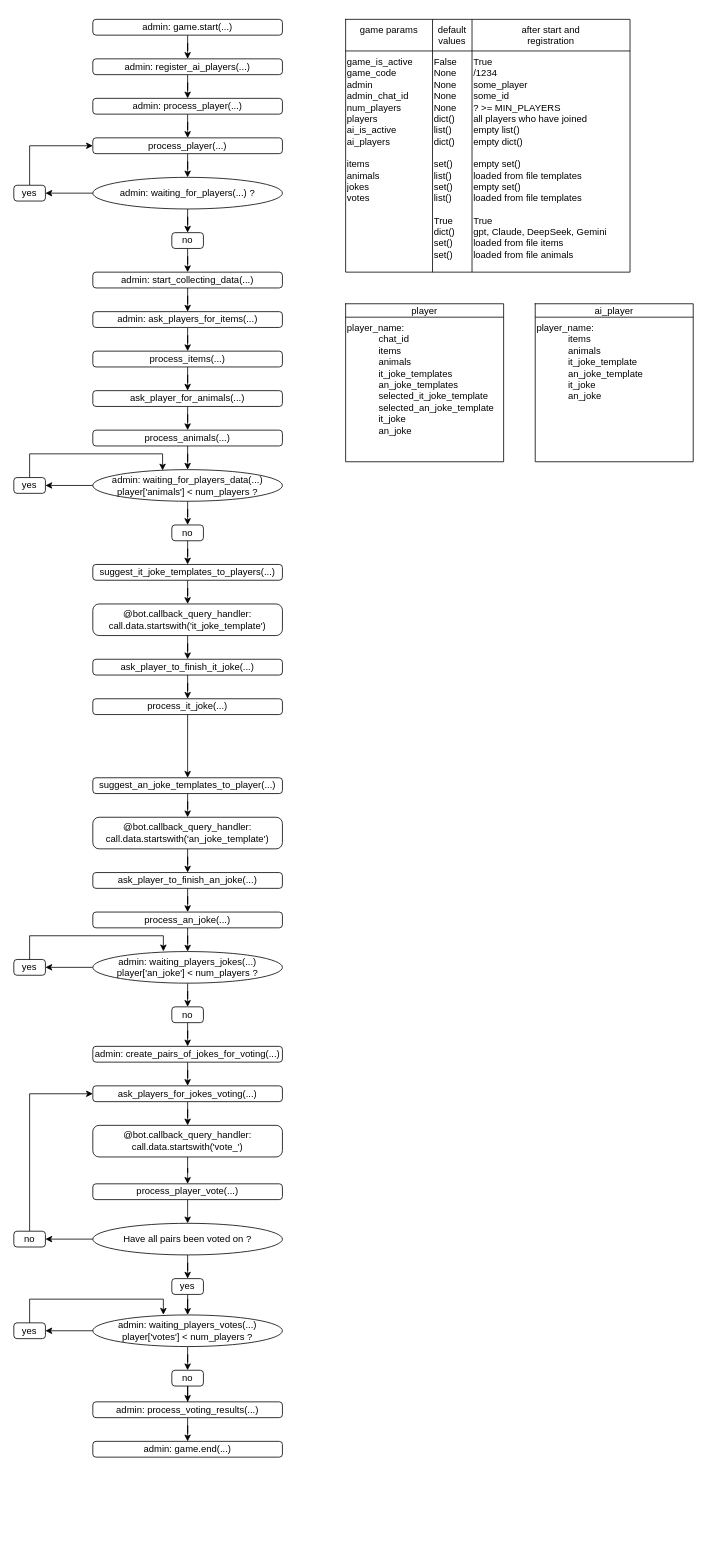
Earlier version of the draw.io diagram page "Page-1" (1 of 2) of telebot.drawio (yuko-37/smehahuehbot). Source tidied: cells renumbered, new cells numbered last; positions are measured from the earlier drawing's top-left corner, leaving out a move shared by most shapes. Both pictures are drawn from the tidied source at 79%, with x=0, y=0 at pixel (13, 19).
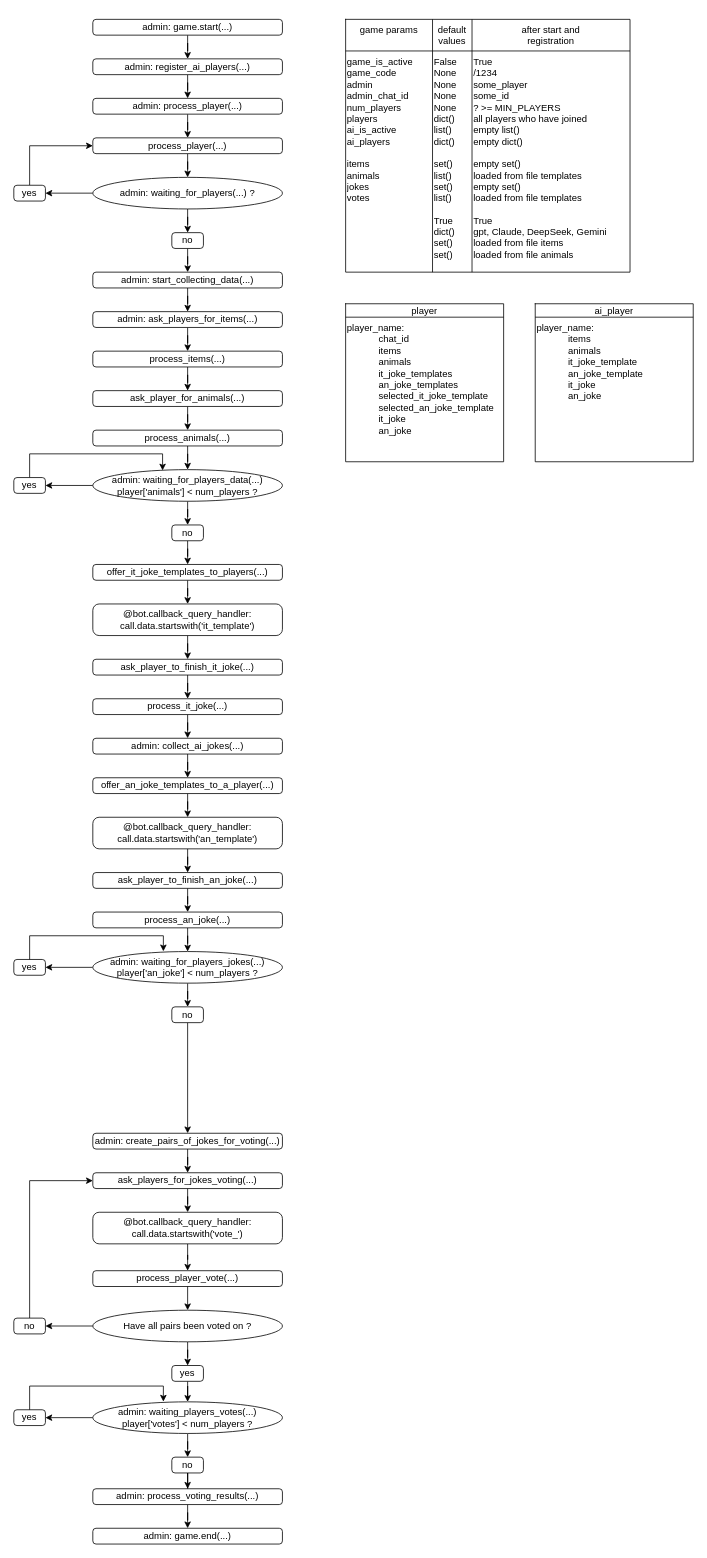
The same page after the edit.

The change refers to these unchanged cells:
```xml
<mxCell id="67" value="process_it_joke(...)" style="rounded=1;whiteSpace=wrap;html=1;arcSize=20;" parent="1" vertex="1">
  <mxGeometry x="100" y="860" width="240" height="20" as="geometry" />
</mxCell>
```

Change to the diagram source:
```diff
@@
-    <mxCell id="55" value="suggest_it_joke_templates_to_players(...)" style="rounded=1;whiteSpace=wrap;html=1;arcSize=20;" parent="1" vertex="1">
+    <mxCell id="55" value="offer_it_joke_templates_to_players(...)" style="rounded=1;whiteSpace=wrap;html=1;arcSize=20;" parent="1" vertex="1">
       <mxGeometry x="100" y="690" width="240" height="20" as="geometry" />
     </mxCell>
@@
-    <mxCell id="57" value="@bot.callback_query_handler:&lt;div&gt;call.data.startswith('it_joke_template')&lt;/div&gt;" style="rounded=1;whiteSpace=wrap;html=1;arcSize=20;" parent="1" vertex="1">
+    <mxCell id="57" value="@bot.callback_query_handler:&lt;div&gt;call.data.startswith('it_template')&lt;/div&gt;" style="rounded=1;whiteSpace=wrap;html=1;arcSize=20;" parent="1" vertex="1">
       <mxGeometry x="100" y="740" width="240" height="40" as="geometry" />
     </mxCell>
@@
-    <mxCell id="60" style="edgeStyle=orthogonalEdgeStyle;rounded=0;jettySize=auto;html=1;entryX=0.5;entryY=0;entryDx=0;entryDy=0;" parent="1" edge="1" source="61" target="63">
-      <mxGeometry relative="1" as="geometry" />
-    </mxCell>
-    <mxCell id="61" value="suggest_an_joke_templates_to_player(...)" style="rounded=1;whiteSpace=wrap;html=1;arcSize=20;" parent="1" vertex="1">
-      <mxGeometry x="100" y="960" width="240" height="20" as="geometry" />
-    </mxCell>
@@
-    <mxCell id="63" value="@bot.callback_query_handler:&lt;div&gt;call.data.startswith('an_joke_template')&lt;/div&gt;" style="rounded=1;whiteSpace=wrap;html=1;arcSize=20;" parent="1" vertex="1">
+    <mxCell id="63" value="@bot.callback_query_handler:&lt;div&gt;call.data.startswith('an_template')&lt;/div&gt;" style="rounded=1;whiteSpace=wrap;html=1;arcSize=20;" parent="1" vertex="1">
       <mxGeometry x="100" y="1010" width="240" height="40" as="geometry" />
     </mxCell>
@@
-    <mxCell id="66" style="edgeStyle=orthogonalEdgeStyle;rounded=0;jettySize=auto;html=1;" parent="1" edge="1" source="67" target="61">
-      <mxGeometry relative="1" as="geometry" />
-    </mxCell>
+    <mxCell id="102" style="edgeStyle=orthogonalEdgeStyle;rounded=0;jettySize=auto;html=1;" parent="1" edge="1" source="67" target="104">
+      <mxGeometry relative="1" as="geometry" />
+    </mxCell>
@@
-    <mxCell id="72" value="admin:&amp;nbsp;&lt;span style=&quot;background-color: transparent; color: light-dark(rgb(0, 0, 0), rgb(255, 255, 255));&quot;&gt;waiting_players_jokes(...)&lt;/span&gt;&lt;div&gt;&lt;span style=&quot;background-color: transparent; color: light-dark(rgb(0, 0, 0), rgb(255, 255, 255));&quot;&gt;player['an_joke'] &amp;lt; num_players ?&lt;/span&gt;&lt;/div&gt;" style="ellipse;whiteSpace=wrap;html=1;" parent="1" vertex="1">
+    <mxCell id="72" value="admin:&amp;nbsp;&lt;span style=&quot;background-color: transparent; color: light-dark(rgb(0, 0, 0), rgb(255, 255, 255));&quot;&gt;waiting_for_players_jokes(...)&lt;/span&gt;&lt;div&gt;&lt;span style=&quot;background-color: transparent; color: light-dark(rgb(0, 0, 0), rgb(255, 255, 255));&quot;&gt;player['an_joke'] &amp;lt; num_players ?&lt;/span&gt;&lt;/div&gt;" style="ellipse;whiteSpace=wrap;html=1;" parent="1" vertex="1">
       <mxGeometry x="100" y="1180" width="240" height="40" as="geometry" />
     </mxCell>
@@
     <mxCell id="78" value="ask_players_for_jokes_voting(...)" style="rounded=1;whiteSpace=wrap;html=1;arcSize=20;" parent="1" vertex="1">
-      <mxGeometry x="100" y="1350" width="240" height="20" as="geometry" />
+      <mxGeometry x="100" y="1460" width="240" height="20" as="geometry" />
     </mxCell>
@@
     <mxCell id="80" value="@bot.callback_query_handler:&lt;div&gt;call.data.startswith('vote_')&lt;/div&gt;" style="rounded=1;whiteSpace=wrap;html=1;arcSize=20;" parent="1" vertex="1">
-      <mxGeometry x="100" y="1400" width="240" height="40" as="geometry" />
+      <mxGeometry x="100" y="1510" width="240" height="40" as="geometry" />
     </mxCell>
     <mxCell id="81" value="process_player_vote(...)" style="rounded=1;whiteSpace=wrap;html=1;arcSize=20;" parent="1" vertex="1">
-      <mxGeometry x="100" y="1474" width="240" height="20" as="geometry" />
+      <mxGeometry x="100" y="1584" width="240" height="20" as="geometry" />
     </mxCell>
@@
     <mxCell id="84" value="admin:&amp;nbsp;&lt;span style=&quot;background-color: transparent; color: light-dark(rgb(0, 0, 0), rgb(255, 255, 255));&quot;&gt;waiting_players_votes(...)&lt;/span&gt;&lt;div&gt;&lt;span style=&quot;background-color: transparent; color: light-dark(rgb(0, 0, 0), rgb(255, 255, 255));&quot;&gt;player['votes'] &amp;lt; num_players ?&lt;/span&gt;&lt;/div&gt;" style="ellipse;whiteSpace=wrap;html=1;" parent="1" vertex="1">
-      <mxGeometry x="100" y="1640" width="240" height="40" as="geometry" />
+      <mxGeometry x="100" y="1750" width="240" height="40" as="geometry" />
     </mxCell>
@@
     <mxCell id="86" value="no" style="rounded=1;whiteSpace=wrap;html=1;arcSize=20;" parent="1" vertex="1">
-      <mxGeometry x="200" y="1710" width="40" height="20" as="geometry" />
+      <mxGeometry x="200" y="1820" width="40" height="20" as="geometry" />
     </mxCell>
     <mxCell id="87" value="yes" style="rounded=1;whiteSpace=wrap;html=1;arcSize=20;" parent="1" vertex="1">
-      <mxGeometry y="1650" width="40" height="20" as="geometry" />
+      <mxGeometry y="1760" width="40" height="20" as="geometry" />
     </mxCell>
     <mxCell id="88" style="edgeStyle=orthogonalEdgeStyle;rounded=0;jettySize=auto;html=1;entryX=0.372;entryY=-0.008;entryDx=0;entryDy=0;entryPerimeter=0;" parent="1" edge="1" source="87" target="84">
       <mxGeometry relative="1" as="geometry">
         <Array as="points">
-          <mxPoint x="20" y="1620" />
-          <mxPoint x="189" y="1620" />
+          <mxPoint x="20" y="1730" />
+          <mxPoint x="189" y="1730" />
         </Array>
       </mxGeometry>
     </mxCell>
@@
     <mxCell id="90" value="admin: create_pairs_of_jokes_for_voting(...)" style="rounded=1;whiteSpace=wrap;html=1;arcSize=20;" parent="1" vertex="1">
-      <mxGeometry x="100" y="1300" width="240" height="20" as="geometry" />
+      <mxGeometry x="100" y="1410" width="240" height="20" as="geometry" />
     </mxCell>
     <mxCell id="91" style="edgeStyle=orthogonalEdgeStyle;rounded=0;jettySize=auto;html=1;entryX=0.5;entryY=0;entryDx=0;entryDy=0;" parent="1" edge="1" target="94">
       <mxGeometry relative="1" as="geometry">
-        <mxPoint x="220" y="1494" as="sourcePoint" />
+        <mxPoint x="220" y="1604" as="sourcePoint" />
       </mxGeometry>
     </mxCell>
@@
     <mxCell id="94" value="Have all pairs been voted on ?" style="ellipse;whiteSpace=wrap;html=1;" parent="1" vertex="1">
-      <mxGeometry x="100" y="1524" width="240" height="40" as="geometry" />
+      <mxGeometry x="100" y="1634" width="240" height="40" as="geometry" />
     </mxCell>
@@
     <mxCell id="96" value="yes" style="rounded=1;whiteSpace=wrap;html=1;arcSize=20;" parent="1" vertex="1">
-      <mxGeometry x="200" y="1594" width="40" height="20" as="geometry" />
+      <mxGeometry x="200" y="1704" width="40" height="20" as="geometry" />
     </mxCell>
     <mxCell id="97" style="edgeStyle=orthogonalEdgeStyle;rounded=0;jettySize=auto;html=1;entryX=0;entryY=0.5;entryDx=0;entryDy=0;" parent="1" edge="1" source="98" target="78">
       <mxGeometry relative="1" as="geometry">
         <Array as="points">
-          <mxPoint x="20" y="1360" />
+          <mxPoint x="20" y="1470" />
         </Array>
       </mxGeometry>
     </mxCell>
     <mxCell id="98" value="no" style="rounded=1;whiteSpace=wrap;html=1;arcSize=20;" parent="1" vertex="1">
-      <mxGeometry y="1534" width="40" height="20" as="geometry" />
+      <mxGeometry y="1644" width="40" height="20" as="geometry" />
     </mxCell>
@@
     <mxCell id="100" value="admin: process_voting_results(...)" style="rounded=1;whiteSpace=wrap;html=1;arcSize=20;" parent="1" vertex="1">
-      <mxGeometry x="100" y="1750" width="240" height="20" as="geometry" />
+      <mxGeometry x="100" y="1860" width="240" height="20" as="geometry" />
     </mxCell>
     <mxCell id="101" value="admin: game.end(...)" style="rounded=1;whiteSpace=wrap;html=1;arcSize=20;" parent="1" vertex="1">
-      <mxGeometry x="100" y="1800" width="240" height="20" as="geometry" />
+      <mxGeometry x="100" y="1910" width="240" height="20" as="geometry" />
     </mxCell>
+    <mxCell id="103" style="edgeStyle=orthogonalEdgeStyle;rounded=0;jettySize=auto;html=1;" parent="1" edge="1" source="104" target="106">
+      <mxGeometry relative="1" as="geometry" />
+    </mxCell>
+    <mxCell id="104" value="admin: collect_ai_jokes&lt;span style=&quot;background-color: transparent; color: light-dark(rgb(0, 0, 0), rgb(255, 255, 255));&quot;&gt;(...)&lt;/span&gt;" style="rounded=1;whiteSpace=wrap;html=1;arcSize=20;" parent="1" vertex="1">
+      <mxGeometry x="100" y="910" width="240" height="20" as="geometry" />
+    </mxCell>
+    <mxCell id="105" style="edgeStyle=orthogonalEdgeStyle;rounded=0;jettySize=auto;html=1;" parent="1" edge="1" source="106" target="63">
+      <mxGeometry relative="1" as="geometry" />
+    </mxCell>
+    <mxCell id="106" value="offer_an_joke_templates_to_a_player(...)" style="rounded=1;whiteSpace=wrap;html=1;arcSize=20;" parent="1" vertex="1">
+      <mxGeometry x="100" y="960" width="240" height="20" as="geometry" />
+    </mxCell>
```
